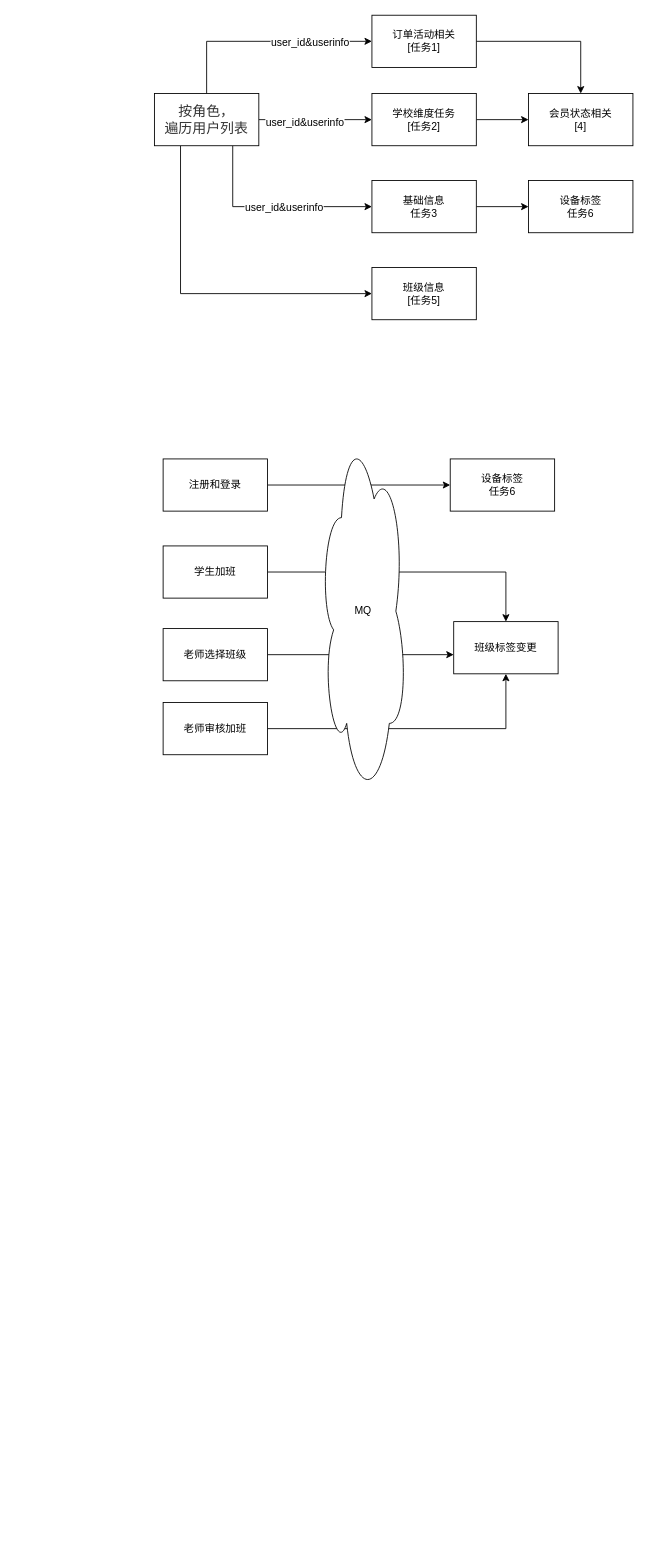
Earlier version of the draw.io diagram 标签系统.drawio (hellojd2018/ms_document). Source tidied: cells renumbered, new cells numbered last; positions are measured from the earlier drawing's top-left corner, leaving out a move shared by most shapes. Both pictures are drawn from the tidied source at 87%, with x=0, y=0 at pixel (154, 15).
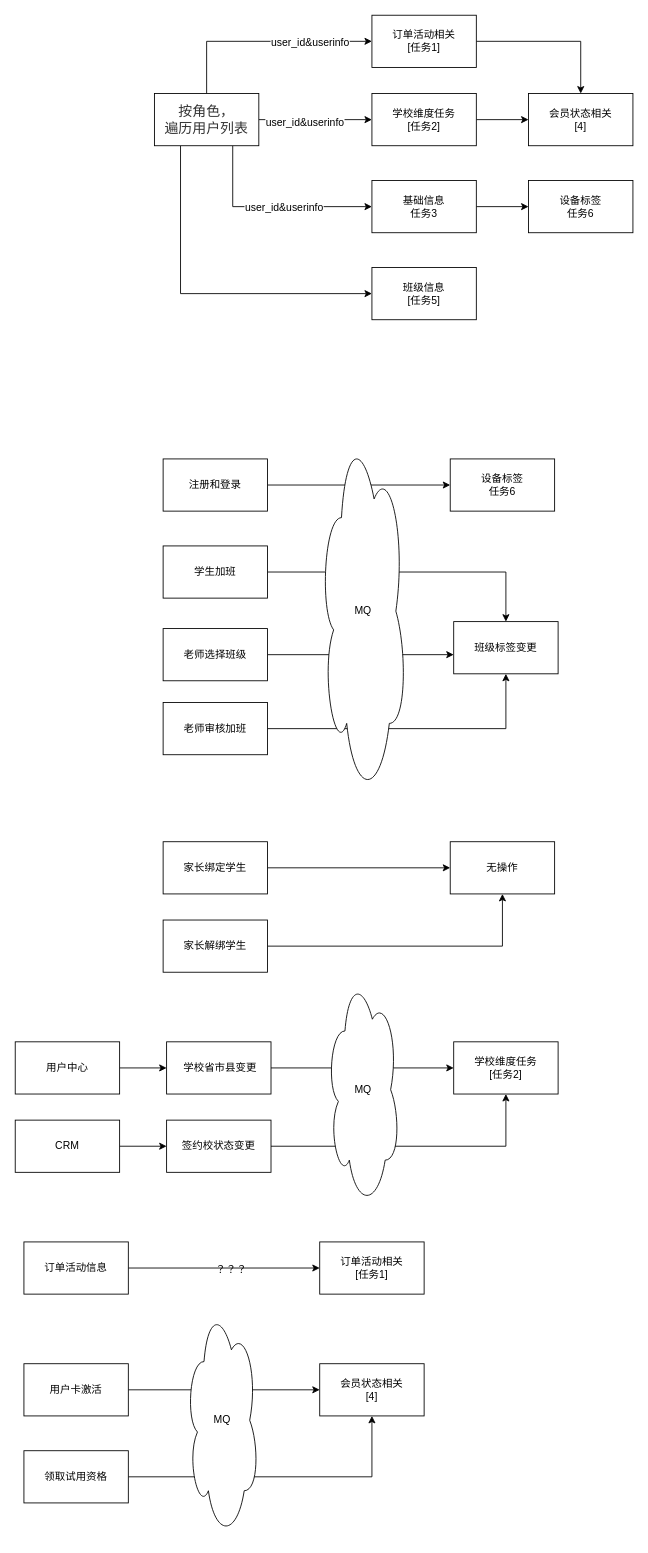
After the change.

The edit, as a diff of the source:
```diff
@@
+    <mxCell id="30" style="edgeStyle=orthogonalEdgeStyle;rounded=0;jettySize=auto;html=1;exitX=1;exitY=0.5;exitDx=0;exitDy=0;" parent="1" edge="1" source="31" target="32">
+      <mxGeometry relative="1" as="geometry" />
+    </mxCell>
+    <mxCell id="31" value="家长绑定学生" style="rounded=0;whiteSpace=wrap;html=1;" parent="1" vertex="1">
+      <mxGeometry x="10" y="950" width="120" height="60" as="geometry" />
+    </mxCell>
+    <mxCell id="32" value="无操作" style="rounded=0;whiteSpace=wrap;html=1;" parent="1" vertex="1">
+      <mxGeometry x="340" y="950" width="120" height="60" as="geometry" />
+    </mxCell>
+    <mxCell id="33" style="edgeStyle=orthogonalEdgeStyle;rounded=0;jettySize=auto;html=1;exitX=1;exitY=0.5;exitDx=0;exitDy=0;entryX=0.5;entryY=1;entryDx=0;entryDy=0;" parent="1" edge="1" source="34" target="32">
+      <mxGeometry relative="1" as="geometry" />
+    </mxCell>
+    <mxCell id="34" value="家长解绑学生" style="rounded=0;whiteSpace=wrap;html=1;" parent="1" vertex="1">
+      <mxGeometry x="10" y="1040" width="120" height="60" as="geometry" />
+    </mxCell>
+    <mxCell id="35" style="edgeStyle=orthogonalEdgeStyle;rounded=0;jettySize=auto;html=1;exitX=1;exitY=0.5;exitDx=0;exitDy=0;" parent="1" edge="1" source="36" target="37">
+      <mxGeometry relative="1" as="geometry" />
+    </mxCell>
+    <mxCell id="36" value="&amp;nbsp;学校省市县变更" style="rounded=0;whiteSpace=wrap;html=1;" parent="1" vertex="1">
+      <mxGeometry x="14" y="1180" width="120" height="60" as="geometry" />
+    </mxCell>
+    <mxCell id="37" value="&lt;span style=&quot;white-space: normal&quot;&gt;学校维度任务&lt;/span&gt;&lt;br style=&quot;white-space: normal&quot;&gt;&lt;span style=&quot;white-space: normal&quot;&gt;[任务2]&lt;/span&gt;" style="rounded=0;whiteSpace=wrap;html=1;" parent="1" vertex="1">
+      <mxGeometry x="344" y="1180" width="120" height="60" as="geometry" />
+    </mxCell>
+    <mxCell id="38" style="edgeStyle=orthogonalEdgeStyle;rounded=0;jettySize=auto;html=1;exitX=1;exitY=0.5;exitDx=0;exitDy=0;entryX=0.5;entryY=1;entryDx=0;entryDy=0;" parent="1" edge="1" source="39" target="37">
+      <mxGeometry relative="1" as="geometry" />
+    </mxCell>
+    <mxCell id="39" value="签约校状态变更" style="rounded=0;whiteSpace=wrap;html=1;" parent="1" vertex="1">
+      <mxGeometry x="14" y="1270" width="120" height="60" as="geometry" />
+    </mxCell>
+    <mxCell id="40" style="edgeStyle=orthogonalEdgeStyle;rounded=0;jettySize=auto;html=1;exitX=1;exitY=0.5;exitDx=0;exitDy=0;entryX=0;entryY=0.5;entryDx=0;entryDy=0;" parent="1" edge="1" source="41" target="39">
+      <mxGeometry relative="1" as="geometry" />
+    </mxCell>
+    <mxCell id="41" value="CRM" style="rounded=0;whiteSpace=wrap;html=1;" parent="1" vertex="1">
+      <mxGeometry x="-160" y="1270" width="120" height="60" as="geometry" />
+    </mxCell>
+    <mxCell id="42" style="edgeStyle=orthogonalEdgeStyle;rounded=0;jettySize=auto;html=1;exitX=1;exitY=0.5;exitDx=0;exitDy=0;entryX=0;entryY=0.5;entryDx=0;entryDy=0;" parent="1" edge="1" source="43" target="36">
+      <mxGeometry relative="1" as="geometry" />
+    </mxCell>
+    <mxCell id="43" value="用户中心" style="rounded=0;whiteSpace=wrap;html=1;" parent="1" vertex="1">
+      <mxGeometry x="-160" y="1180" width="120" height="60" as="geometry" />
+    </mxCell>
+    <mxCell id="44" value="订单活动相关&lt;br&gt;[任务1]" style="rounded=0;whiteSpace=wrap;html=1;" parent="1" vertex="1">
+      <mxGeometry x="190" y="1410" width="120" height="60" as="geometry" />
+    </mxCell>
+    <mxCell id="45" style="edgeStyle=orthogonalEdgeStyle;rounded=0;jettySize=auto;html=1;exitX=1;exitY=0.5;exitDx=0;exitDy=0;" parent="1" edge="1" source="46" target="44">
+      <mxGeometry relative="1" as="geometry" />
+    </mxCell>
+    <mxCell id="46" value="订单活动信息" style="rounded=0;whiteSpace=wrap;html=1;" parent="1" vertex="1">
+      <mxGeometry x="-150" y="1410" width="120" height="60" as="geometry" />
+    </mxCell>
+    <mxCell id="47" value="？？？" style="text;html=1;align=center;verticalAlign=middle;" parent="1" vertex="1">
+      <mxGeometry x="63" y="1432" width="50" height="20" as="geometry" />
+    </mxCell>
+    <mxCell id="48" value="会员状态相关&lt;br&gt;[4]" style="rounded=0;whiteSpace=wrap;html=1;" parent="1" vertex="1">
+      <mxGeometry x="190" y="1550" width="120" height="60" as="geometry" />
+    </mxCell>
+    <mxCell id="49" style="edgeStyle=orthogonalEdgeStyle;rounded=0;jettySize=auto;html=1;exitX=1;exitY=0.5;exitDx=0;exitDy=0;" parent="1" edge="1" source="50" target="48">
+      <mxGeometry relative="1" as="geometry" />
+    </mxCell>
+    <mxCell id="50" value="用户卡激活" style="rounded=0;whiteSpace=wrap;html=1;" parent="1" vertex="1">
+      <mxGeometry x="-150" y="1550" width="120" height="60" as="geometry" />
+    </mxCell>
+    <mxCell id="51" style="edgeStyle=orthogonalEdgeStyle;rounded=0;jettySize=auto;html=1;exitX=1;exitY=0.5;exitDx=0;exitDy=0;entryX=0.5;entryY=1;entryDx=0;entryDy=0;" parent="1" edge="1" source="52" target="48">
+      <mxGeometry relative="1" as="geometry" />
+    </mxCell>
+    <mxCell id="52" value="领取试用资格" style="rounded=0;whiteSpace=wrap;html=1;" parent="1" vertex="1">
+      <mxGeometry x="-150" y="1650" width="120" height="60" as="geometry" />
+    </mxCell>
+    <mxCell id="53" value="MQ" style="ellipse;shape=cloud;whiteSpace=wrap;html=1;" parent="1" vertex="1">
+      <mxGeometry x="36" y="1480" width="84" height="270" as="geometry" />
+    </mxCell>
+    <mxCell id="54" value="MQ" style="ellipse;shape=cloud;whiteSpace=wrap;html=1;" parent="1" vertex="1">
+      <mxGeometry x="198" y="1100" width="84" height="270" as="geometry" />
+    </mxCell>
```
